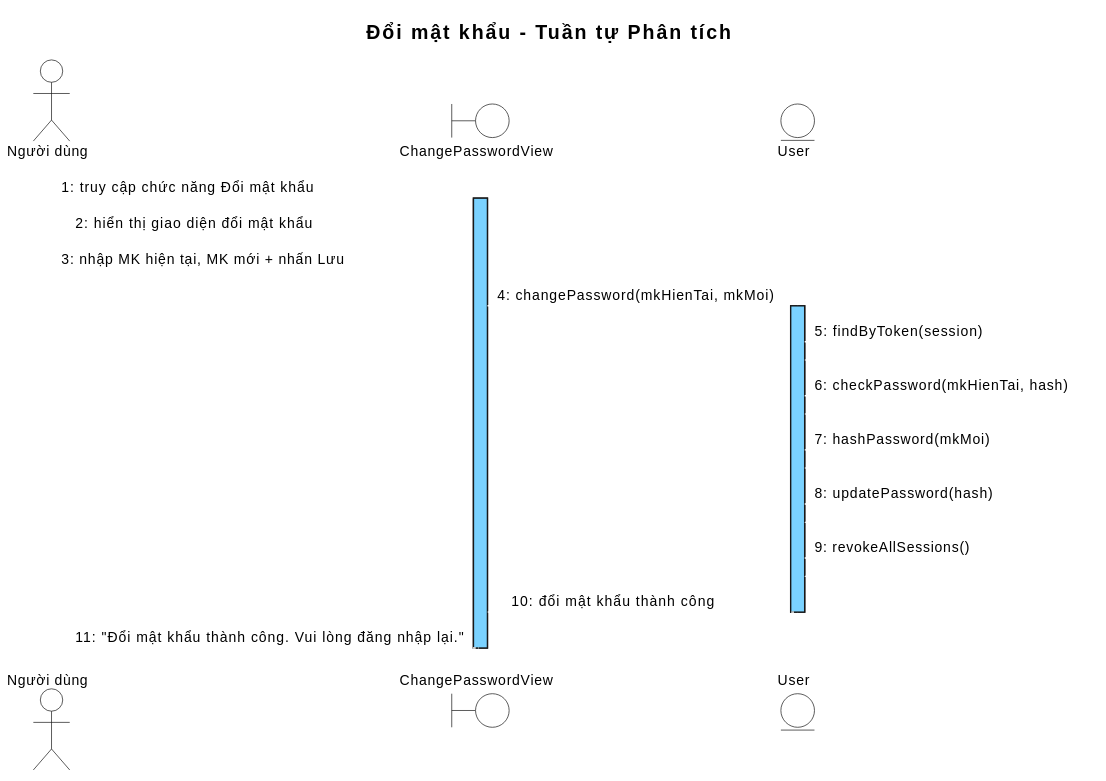
thanhtrnnn/cnpm keeps this PlantUML diagram as output/diagrams/account_seq_changepw_analysis.svg. Above is the earlier version. The source it was exported from:
```plantuml
@startuml
skinparam shadowing false
skinparam SequenceMessageAlign left
skinparam SequenceLifeLineBackgroundColor #7AD2FF
skinparam SequenceLifeLineBorderColor #000000

<style>
sequenceDiagram {
  Shadowing 0
  RoundCorner 0
  FontName "Arial"
  FontSize 10
  FontColor #000000
  participant { BackgroundColor #7AD2FF LineColor #000000 LineThickness 1 }
  actor { BackgroundColor transparent LineColor #000000 }
  boundary { BackgroundColor #7AD2FF LineColor #000000 }
  control { BackgroundColor #7AD2FF LineColor #000000 }
  entity { BackgroundColor #7AD2FF LineColor #000000 }
  lifeline { LineColor #000000 LineStyle 5-5 }
  arrow { LineColor #000000 LineThickness 1 FontSize 10 }
}
</style>
title Đổi mật khẩu - Tuần tự Phân tích

actor "Người dùng" as ND
boundary ChangePasswordView as B1
entity User as E1

ND -> B1 : 1: truy cập chức năng Đổi mật khẩu
activate B1
B1 --> ND : 2: hiển thị giao diện đổi mật khẩu
ND -> B1 : 3: nhập MK hiện tại, MK mới + nhấn Lưu
B1 -> E1 : 4: changePassword(mkHienTai, mkMoi)
activate E1
E1 -> E1 : 5: findByToken(session)
E1 -> E1 : 6: checkPassword(mkHienTai, hash)
E1 -> E1 : 7: hashPassword(mkMoi)
E1 -> E1 : 8: updatePassword(hash)
E1 -> E1 : 9: revokeAllSessions()
E1 --> B1 : 10: đổi mật khẩu thành công
deactivate E1
B1 --> ND : 11: "Đổi mật khẩu thành công. Vui lòng đăng nhập lại."
deactivate B1
@enduml
```
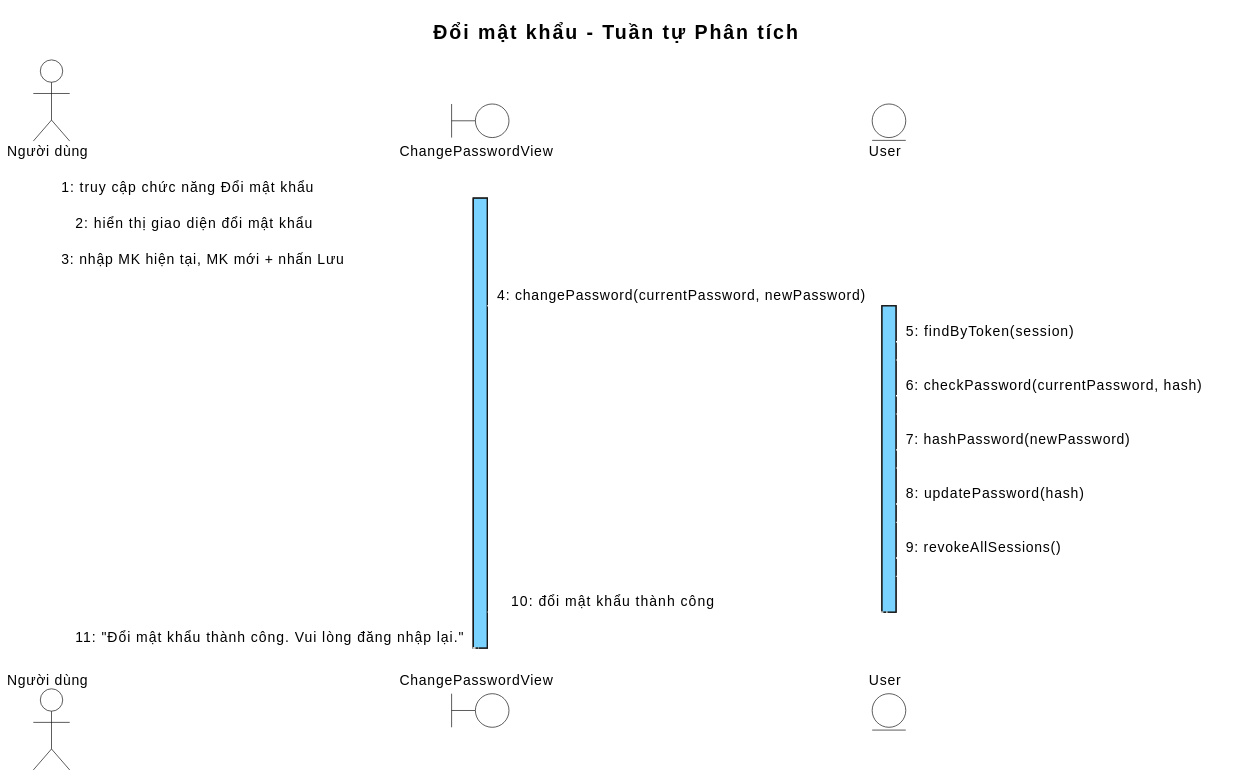
The same diagram one commit later.

The edit, as a diff of the source:
```diff
@@ -30,11 +30,11 @@
 activate B1
 B1 --> ND : 2: hiển thị giao diện đổi mật khẩu
 ND -> B1 : 3: nhập MK hiện tại, MK mới + nhấn Lưu
-B1 -> E1 : 4: changePassword(mkHienTai, mkMoi)
+B1 -> E1 : 4: changePassword(currentPassword, newPassword)
 activate E1
 E1 -> E1 : 5: findByToken(session)
-E1 -> E1 : 6: checkPassword(mkHienTai, hash)
-E1 -> E1 : 7: hashPassword(mkMoi)
+E1 -> E1 : 6: checkPassword(currentPassword, hash)
+E1 -> E1 : 7: hashPassword(newPassword)
 E1 -> E1 : 8: updatePassword(hash)
 E1 -> E1 : 9: revokeAllSessions()
 E1 --> B1 : 10: đổi mật khẩu thành công
```
